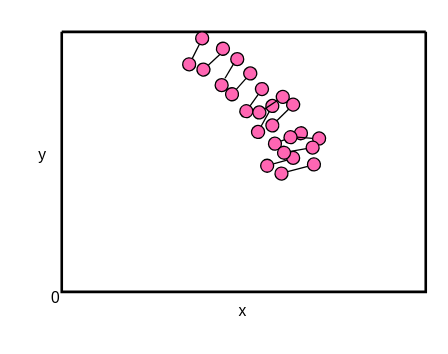
Above: 哑铃分布t=0.3.drawio in mauhin/auto (draw.io), before the change. Source tidied: cells renumbered, new cells numbered last; positions are measured from the earlier drawing's top-left corner, leaving out a move shared by most shapes. Both pictures are drawn from the tidied source at 130%, with x=0, y=0 at pixel (22, 20).
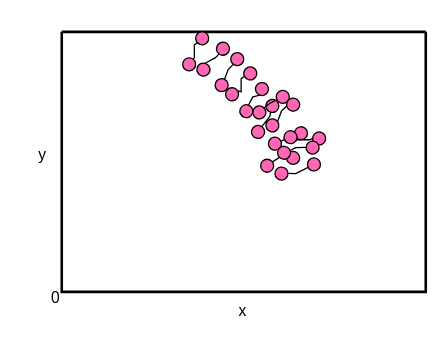
The same diagram, later.

Commit message:
更新哑铃分布t=0.3.drawio

The change refers to these unchanged cells:
```xml
<mxCell id="3" style="group;rotation=40;" parent="2" vertex="1">
<mxCell id="4" style="ellipse;whiteSpace=wrap;html=1;fillColor=#FF66B3;rotation=40;" parent="3" vertex="1">
<mxCell id="5" style="ellipse;whiteSpace=wrap;html=1;fillColor=#FF66B3;rotation=40;" parent="3" vertex="1">
<mxCell id="11" style="group;rotation=20;" parent="2" vertex="1">
<mxCell id="12" style="ellipse;whiteSpace=wrap;html=1;fillColor=#FF66B3;rotation=20;" parent="11" vertex="1">
<mxCell id="13" style="ellipse;whiteSpace=wrap;html=1;fillColor=#FF66B3;rotation=20;" parent="11" vertex="1">
<mxCell id="15" style="group;rotation=15;" parent="11" vertex="1">
<mxCell id="16" style="ellipse;whiteSpace=wrap;html=1;fillColor=#FF66B3;rotation=15;" parent="15" vertex="1">
<mxCell id="17" style="ellipse;whiteSpace=wrap;html=1;fillColor=#FF66B3;rotation=15;" parent="15" vertex="1">
<mxCell id="19" style="group;rotation=90;" parent="2" vertex="1">
<mxCell id="23" style="group;rotation=105;" parent="2" vertex="1">
<mxCell id="25" style="ellipse;whiteSpace=wrap;html=1;fillColor=#FF66B3;rotation=15;" parent="23" vertex="1">
<mxCell id="27" style="group;rotation=15;" parent="1" vertex="1">
<mxCell id="28" style="ellipse;whiteSpace=wrap;html=1;fillColor=#FF66B3;rotation=15;" parent="27" vertex="1">
<mxCell id="29" style="ellipse;whiteSpace=wrap;html=1;fillColor=#FF66B3;rotation=15;" parent="27" vertex="1">
<mxCell id="31" style="group;rotation=30;" parent="1" vertex="1">
<mxCell id="32" style="ellipse;whiteSpace=wrap;html=1;fillColor=#FF66B3;rotation=30;" parent="31" vertex="1">
<mxCell id="33" style="ellipse;whiteSpace=wrap;html=1;fillColor=#FF66B3;rotation=30;" parent="31" vertex="1">
<mxCell id="35" style="group;rotation=45;" parent="1" vertex="1">
<mxCell id="36" style="ellipse;whiteSpace=wrap;html=1;fillColor=#FF66B3;rotation=45;" parent="35" vertex="1">
<mxCell id="37" style="ellipse;whiteSpace=wrap;html=1;fillColor=#FF66B3;rotation=45;" parent="35" vertex="1">
<mxCell id="39" style="group;rotation=65;" parent="35" vertex="1">
<mxCell id="43" style="group;rotation=140;" parent="39" vertex="1">
<mxCell id="44" style="ellipse;whiteSpace=wrap;html=1;fillColor=#FF66B3;rotation=50;" parent="43" vertex="1">
<mxCell id="47" style="group;rotation=105;" parent="35" vertex="1">
<mxCell id="48" style="ellipse;whiteSpace=wrap;html=1;fillColor=#FF66B3;rotation=15;" parent="47" vertex="1">
<mxCell id="49" style="ellipse;whiteSpace=wrap;html=1;fillColor=#FF66B3;rotation=15;" parent="47" vertex="1">
<mxCell id="51" style="group;rotation=85;" parent="1" vertex="1">
<mxCell id="52" style="ellipse;whiteSpace=wrap;html=1;fillColor=#FF66B3;rotation=-5;" parent="51" vertex="1">
<mxCell id="53" style="ellipse;whiteSpace=wrap;html=1;fillColor=#FF66B3;rotation=-5;" parent="51" vertex="1">
```

The edit, as a diff of the source:
```diff
@@
     <mxCell id="6" style="endArrow=none;html=1;rounded=0;startArrow=none;" parent="3" edge="1" source="5" target="4">
-      <mxGeometry relative="1" as="geometry" />
+      <mxGeometry relative="1" as="geometry">
+        <Array as="points">
+          <mxPoint x="6" y="18" />
+        </Array>
+      </mxGeometry>
     </mxCell>
@@
-    <mxCell id="14" style="endArrow=none;html=1;rounded=0;startArrow=none;" parent="11" edge="1" source="13" target="12">
-      <mxGeometry relative="1" as="geometry" />
-    </mxCell>
@@
-    <mxCell id="18" style="endArrow=none;html=1;rounded=0;startArrow=none;" parent="15" edge="1" source="17" target="16">
-      <mxGeometry relative="1" as="geometry" />
-    </mxCell>
+    <mxCell id="14" style="endArrow=none;html=1;rounded=0;startArrow=none;entryX=0.5;entryY=1;entryDx=0;entryDy=0;exitX=0.5;exitY=0;exitDx=0;exitDy=0;" parent="11" edge="1" source="13" target="12">
+      <mxGeometry relative="1" as="geometry">
+        <Array as="points">
+          <mxPoint x="14" y="7" />
+        </Array>
+      </mxGeometry>
+    </mxCell>
@@
-    <mxCell id="22" style="endArrow=none;html=1;rounded=0;startArrow=none;" parent="19" edge="1">
-      <mxGeometry relative="1" as="geometry">
-        <mxPoint x="6.6" y="19.7" as="sourcePoint" />
-        <mxPoint x="13.4" y="8.3" as="targetPoint" />
-      </mxGeometry>
-    </mxCell>
@@
-    <mxCell id="26" style="endArrow=none;html=1;rounded=0;startArrow=none;" parent="23" edge="1" source="25">
-      <mxGeometry relative="1" as="geometry">
-        <mxPoint x="72" y="26" as="targetPoint" />
-      </mxGeometry>
-    </mxCell>
@@
     <mxCell id="30" style="endArrow=none;html=1;rounded=0;startArrow=none;" parent="27" edge="1" source="29" target="28">
-      <mxGeometry relative="1" as="geometry" />
+      <mxGeometry relative="1" as="geometry">
+        <Array as="points">
+          <mxPoint x="26" y="-5" />
+        </Array>
+      </mxGeometry>
     </mxCell>
@@
     <mxCell id="34" style="endArrow=none;html=1;rounded=0;startArrow=none;" parent="31" edge="1" source="33" target="32">
-      <mxGeometry relative="1" as="geometry" />
+      <mxGeometry relative="1" as="geometry">
+        <Array as="points">
+          <mxPoint x="9" y="14" />
+        </Array>
+      </mxGeometry>
     </mxCell>
@@
     <mxCell id="38" style="endArrow=none;html=1;rounded=0;startArrow=none;" parent="35" edge="1" source="37" target="36">
-      <mxGeometry relative="1" as="geometry" />
+      <mxGeometry relative="1" as="geometry">
+        <Array as="points">
+          <mxPoint x="72" y="15" />
+        </Array>
+      </mxGeometry>
     </mxCell>
@@
-    <mxCell id="42" style="endArrow=none;html=1;rounded=0;startArrow=none;" parent="39" edge="1">
-      <mxGeometry relative="1" as="geometry">
-        <mxPoint x="31" y="17" as="sourcePoint" />
-        <mxPoint x="43" y="18" as="targetPoint" />
-      </mxGeometry>
-    </mxCell>
@@
-    <mxCell id="46" style="endArrow=none;html=1;rounded=0;startArrow=none;" parent="43" edge="1" target="44">
-      <mxGeometry relative="1" as="geometry">
-        <mxPoint x="37" y="19" as="sourcePoint" />
-      </mxGeometry>
-    </mxCell>
@@
-    <mxCell id="50" style="endArrow=none;html=1;rounded=0;startArrow=none;" parent="47" edge="1" source="49" target="48">
-      <mxGeometry relative="1" as="geometry" />
-    </mxCell>
+    <mxCell id="46" style="endArrow=none;html=1;rounded=0;startArrow=none;exitX=-0.073;exitY=0.26;exitDx=0;exitDy=0;exitPerimeter=0;" parent="35" edge="1" source="36" target="44">
+      <mxGeometry relative="1" as="geometry">
+        <Array as="points">
+          <mxPoint x="82" y="9" />
+        </Array>
+      </mxGeometry>
+    </mxCell>
@@
-    <mxCell id="54" style="endArrow=none;html=1;rounded=0;startArrow=none;" parent="51" edge="1" source="53" target="52">
-      <mxGeometry relative="1" as="geometry" />
-    </mxCell>
@@
+    <mxCell id="58" style="endArrow=none;html=1;rounded=0;startArrow=none;" parent="1" edge="1">
+      <mxGeometry relative="1" as="geometry">
+        <mxPoint x="131" y="30" as="sourcePoint" />
+        <mxPoint x="135" y="17" as="targetPoint" />
+        <Array as="points">
+          <mxPoint x="132" y="29" />
+          <mxPoint x="132" y="19" />
+        </Array>
+      </mxGeometry>
+    </mxCell>
+    <mxCell id="59" style="endArrow=none;html=1;rounded=0;startArrow=none;exitX=0.5;exitY=0;exitDx=0;exitDy=0;" parent="1" edge="1" source="25">
+      <mxGeometry relative="1" as="geometry">
+        <mxPoint x="151" y="26" as="targetPoint" />
+        <Array as="points">
+          <mxPoint x="148" y="29" />
+        </Array>
+      </mxGeometry>
+    </mxCell>
+    <mxCell id="60" style="endArrow=none;html=1;rounded=0;startArrow=none;" parent="1" edge="1">
+      <mxGeometry relative="1" as="geometry">
+        <mxPoint x="155" y="46" as="sourcePoint" />
+        <mxPoint x="162" y="34" as="targetPoint" />
+        <Array as="points">
+          <mxPoint x="158" y="38" />
+        </Array>
+      </mxGeometry>
+    </mxCell>
+    <mxCell id="61" style="endArrow=none;html=1;rounded=0;startArrow=none;exitX=1;exitY=0;exitDx=0;exitDy=0;" parent="1" edge="1" source="17">
+      <mxGeometry relative="1" as="geometry">
+        <mxPoint x="171" y="43" as="targetPoint" />
+        <Array as="points">
+          <mxPoint x="168" y="55" />
+          <mxPoint x="168" y="45" />
+        </Array>
+      </mxGeometry>
+    </mxCell>
+    <mxCell id="62" style="endArrow=none;html=1;rounded=0;startArrow=none;" parent="1" edge="1">
+      <mxGeometry relative="1" as="geometry">
+        <mxPoint x="196" y="78" as="sourcePoint" />
+        <mxPoint x="203" y="66" as="targetPoint" />
+        <Array as="points">
+          <mxPoint x="199" y="70" />
+        </Array>
+      </mxGeometry>
+    </mxCell>
+    <mxCell id="63" style="endArrow=none;html=1;rounded=0;startArrow=none;" parent="1" edge="1">
+      <mxGeometry relative="1" as="geometry">
+        <mxPoint x="210" y="93" as="sourcePoint" />
+        <mxPoint x="223" y="91" as="targetPoint" />
+        <Array as="points">
+          <mxPoint x="211" y="92" />
+          <mxPoint x="221" y="92" />
+        </Array>
+      </mxGeometry>
+    </mxCell>
```
